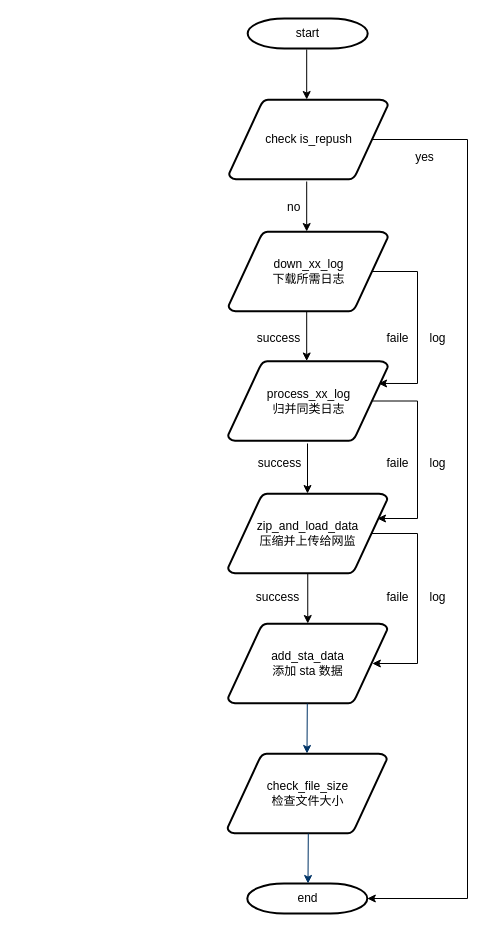
Earlier version of the draw.io diagram Untitled Diagram.drawio (ywq1113/VASP_script). Source tidied: cells renumbered, new cells numbered last; positions are measured from the earlier drawing's top-left corner, leaving out a move shared by most shapes. Both pictures are drawn from the tidied source at 100%, with x=0, y=0 at pixel (227, 18).
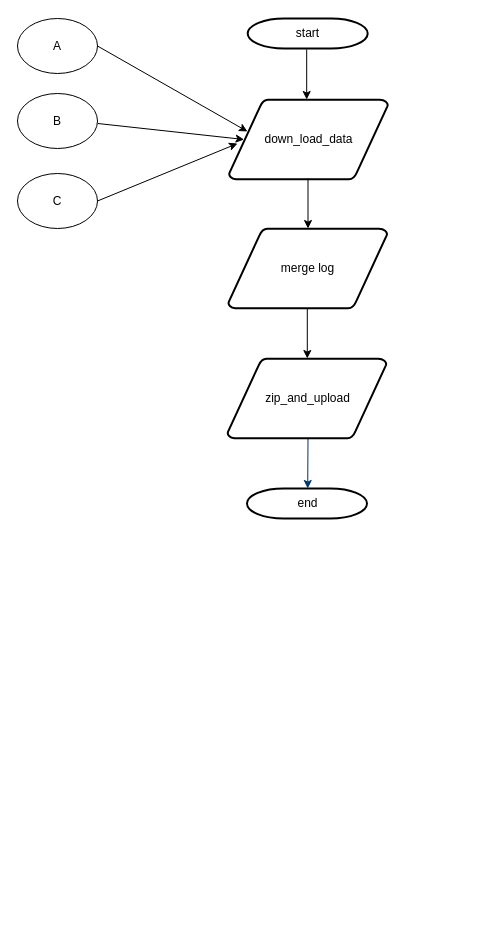
The same diagram, later.

The edit, as a diff of the source:
```diff
@@
-    <mxCell id="3" style="edgeStyle=orthogonalEdgeStyle;rounded=0;jettySize=auto;html=1;exitX=0.905;exitY=0.5;exitDx=0;exitDy=0;exitPerimeter=0;entryX=1;entryY=0.5;entryDx=0;entryDy=0;entryPerimeter=0;" parent="1" edge="1" source="4" target="9">
-      <mxGeometry relative="1" as="geometry">
-        <Array as="points">
-          <mxPoint x="240" y="121" />
-          <mxPoint x="240" y="880" />
-        </Array>
-      </mxGeometry>
-    </mxCell>
-    <mxCell id="4" value="check is_repush" style="shape=mxgraph.flowchart.data;strokeWidth=2;gradientColor=none;gradientDirection=north;fontStyle=0;html=1;" parent="1" vertex="1">
+    <mxCell id="4" value="down_load_data" style="shape=mxgraph.flowchart.data;strokeWidth=2;gradientColor=none;gradientDirection=north;fontStyle=0;html=1;" parent="1" vertex="1">
       <mxGeometry x="1.5" y="81" width="159" height="80" as="geometry" />
     </mxCell>
-    <mxCell id="5" style="edgeStyle=orthogonalEdgeStyle;rounded=0;jettySize=auto;html=1;exitX=0.905;exitY=0.5;exitDx=0;exitDy=0;exitPerimeter=0;entryX=0.941;entryY=0.281;entryDx=0;entryDy=0;entryPerimeter=0;" parent="1" edge="1" source="6" target="13">
-      <mxGeometry relative="1" as="geometry">
-        <Array as="points">
-          <mxPoint x="190" y="253" />
-          <mxPoint x="190" y="365" />
-        </Array>
-      </mxGeometry>
-    </mxCell>
-    <mxCell id="6" value="down_xx_log&lt;br&gt;下载所需日志" style="shape=mxgraph.flowchart.data;strokeWidth=2;gradientColor=none;gradientDirection=north;fontStyle=0;html=1;" parent="1" vertex="1">
-      <mxGeometry x="1" y="213" width="159.5" height="80" as="geometry" />
-    </mxCell>
-    <mxCell id="7" value="no" style="text;fontStyle=0;html=1;strokeColor=none;gradientColor=none;fillColor=none;strokeWidth=2;" parent="1" vertex="1">
-      <mxGeometry x="58" y="175" width="20" height="26" as="geometry" />
-    </mxCell>
-    <mxCell id="8" value="success" style="text;fontStyle=0;html=1;strokeColor=none;gradientColor=none;fillColor=none;strokeWidth=2;align=center;" parent="1" vertex="1">
-      <mxGeometry x="31" y="306" width="40" height="26" as="geometry" />
-    </mxCell>
     <mxCell id="9" value="end" style="shape=mxgraph.flowchart.terminator;strokeWidth=2;gradientColor=none;gradientDirection=north;fontStyle=0;html=1;" parent="1" vertex="1">
-      <mxGeometry x="19.8" y="865" width="120" height="30" as="geometry" />
+      <mxGeometry x="19.5" y="470" width="120" height="30" as="geometry" />
     </mxCell>
-    <mxCell id="10" value="yes" style="text;fontStyle=0;html=1;strokeColor=none;gradientColor=none;fillColor=none;strokeWidth=2;align=center;" parent="1" vertex="1">
-      <mxGeometry x="177" y="125" width="40" height="26" as="geometry" />
-    </mxCell>
-    <mxCell id="11" value="faile" style="text;fontStyle=0;html=1;strokeColor=none;gradientColor=none;fillColor=none;strokeWidth=2;align=center;" parent="1" vertex="1">
-      <mxGeometry x="150" y="306" width="40" height="26" as="geometry" />
-    </mxCell>
-    <mxCell id="12" value="log" style="text;fontStyle=0;html=1;strokeColor=none;gradientColor=none;fillColor=none;strokeWidth=2;align=center;" parent="1" vertex="1">
-      <mxGeometry x="190" y="306" width="40" height="26" as="geometry" />
-    </mxCell>
-    <mxCell id="13" value="process_xx_log&lt;br&gt;归并同类日志" style="shape=mxgraph.flowchart.data;strokeWidth=2;gradientColor=none;gradientDirection=north;fontStyle=0;html=1;" parent="1" vertex="1">
-      <mxGeometry x="0.5" y="342.5" width="160" height="80" as="geometry" />
-    </mxCell>
-    <mxCell id="14" style="edgeStyle=orthogonalEdgeStyle;rounded=0;jettySize=auto;html=1;" parent="1" edge="1" source="15" target="21">
-      <mxGeometry relative="1" as="geometry" />
-    </mxCell>
-    <mxCell id="15" value="zip_and_load_data&lt;br&gt;压缩并上传给网监" style="shape=mxgraph.flowchart.data;strokeWidth=2;gradientColor=none;gradientDirection=north;fontStyle=0;html=1;" parent="1" vertex="1">
-      <mxGeometry x="0.5" y="475" width="159.5" height="80" as="geometry" />
-    </mxCell>
-    <mxCell id="16" style="edgeStyle=orthogonalEdgeStyle;rounded=0;jettySize=auto;html=1;exitX=0.905;exitY=0.5;exitDx=0;exitDy=0;exitPerimeter=0;" parent="1" edge="1" source="13">
-      <mxGeometry relative="1" as="geometry">
-        <mxPoint x="150" y="500" as="targetPoint" />
-        <Array as="points">
-          <mxPoint x="190" y="383" />
-          <mxPoint x="190" y="500" />
-        </Array>
-      </mxGeometry>
-    </mxCell>
-    <mxCell id="17" value="success" style="text;fontStyle=0;html=1;strokeColor=none;gradientColor=none;fillColor=none;strokeWidth=2;align=center;" parent="1" vertex="1">
-      <mxGeometry x="32" y="431" width="40" height="26" as="geometry" />
-    </mxCell>
-    <mxCell id="18" value="faile" style="text;fontStyle=0;html=1;strokeColor=none;gradientColor=none;fillColor=none;strokeWidth=2;align=center;" parent="1" vertex="1">
-      <mxGeometry x="150" y="431" width="40" height="26" as="geometry" />
-    </mxCell>
-    <mxCell id="19" style="edgeStyle=orthogonalEdgeStyle;rounded=0;jettySize=auto;html=1;entryX=0.905;entryY=0.5;entryDx=0;entryDy=0;entryPerimeter=0;" parent="1" edge="1" target="21">
-      <mxGeometry relative="1" as="geometry">
-        <mxPoint x="144" y="515" as="sourcePoint" />
-        <Array as="points">
-          <mxPoint x="190" y="515" />
-          <mxPoint x="190" y="645" />
-        </Array>
-      </mxGeometry>
-    </mxCell>
-    <mxCell id="20" value="faile" style="text;fontStyle=0;html=1;strokeColor=none;gradientColor=none;fillColor=none;strokeWidth=2;align=center;" parent="1" vertex="1">
-      <mxGeometry x="150" y="565" width="40" height="26" as="geometry" />
-    </mxCell>
-    <mxCell id="21" value="add_sta_data&lt;br&gt;添加 sta 数据" style="shape=mxgraph.flowchart.data;strokeWidth=2;gradientColor=none;gradientDirection=north;fontStyle=0;html=1;" parent="1" vertex="1">
-      <mxGeometry x="0.5" y="605" width="159.5" height="80" as="geometry" />
-    </mxCell>
-    <mxCell id="22" value="success" style="text;fontStyle=0;html=1;strokeColor=none;gradientColor=none;fillColor=none;strokeWidth=2;align=center;" parent="1" vertex="1">
-      <mxGeometry x="30" y="565" width="40" height="26" as="geometry" />
-    </mxCell>
-    <mxCell id="23" value="log" style="text;fontStyle=0;html=1;strokeColor=none;gradientColor=none;fillColor=none;strokeWidth=2;align=center;" parent="1" vertex="1">
-      <mxGeometry x="190" y="565" width="40" height="26" as="geometry" />
-    </mxCell>
-    <mxCell id="24" value="log" style="text;fontStyle=0;html=1;strokeColor=none;gradientColor=none;fillColor=none;strokeWidth=2;align=center;" parent="1" vertex="1">
-      <mxGeometry x="190" y="431" width="40" height="26" as="geometry" />
-    </mxCell>
-    <mxCell id="25" style="edgeStyle=elbowEdgeStyle;elbow=vertical;fontStyle=1;strokeColor=#003366;strokeWidth=1;html=1;" parent="1" edge="1">
-      <mxGeometry x="-0.5" y="-1065" as="geometry">
-        <mxPoint x="79.8" y="685" as="sourcePoint" />
-        <mxPoint x="79.5" y="735" as="targetPoint" />
-        <Array as="points">
-          <mxPoint x="80" y="685" />
-        </Array>
-      </mxGeometry>
-    </mxCell>
-    <mxCell id="26" value="check_file_size&lt;br&gt;检查文件大小" style="shape=mxgraph.flowchart.data;strokeWidth=2;gradientColor=none;gradientDirection=north;fontStyle=0;html=1;" parent="1" vertex="1">
-      <mxGeometry y="735" width="159.5" height="80" as="geometry" />
-    </mxCell>
-    <mxCell id="27" style="edgeStyle=orthogonalEdgeStyle;rounded=0;orthogonalLoop=1;jettySize=auto;html=1;" parent="1" edge="1">
-      <mxGeometry relative="1" as="geometry">
-        <mxPoint x="80" y="425" as="sourcePoint" />
-        <mxPoint x="80" y="475" as="targetPoint" />
-      </mxGeometry>
-    </mxCell>
-    <mxCell id="28" style="edgeStyle=orthogonalEdgeStyle;rounded=0;orthogonalLoop=1;jettySize=auto;html=1;" parent="1" edge="1">
-      <mxGeometry relative="1" as="geometry">
-        <mxPoint x="79.2" y="292.5" as="sourcePoint" />
-        <mxPoint x="79.2" y="342.5" as="targetPoint" />
-      </mxGeometry>
-    </mxCell>
-    <mxCell id="29" style="edgeStyle=orthogonalEdgeStyle;rounded=0;orthogonalLoop=1;jettySize=auto;html=1;" parent="1" edge="1">
-      <mxGeometry relative="1" as="geometry">
-        <mxPoint x="79.2" y="163" as="sourcePoint" />
-        <mxPoint x="79.2" y="213" as="targetPoint" />
-      </mxGeometry>
-    </mxCell>
-    <mxCell id="30" style="edgeStyle=orthogonalEdgeStyle;rounded=0;orthogonalLoop=1;jettySize=auto;html=1;exitX=0.5;exitY=1;exitDx=0;exitDy=0;" parent="1" edge="1" source="10" target="10">
-      <mxGeometry relative="1" as="geometry" />
-    </mxCell>
@@
     <mxCell id="32" style="edgeStyle=elbowEdgeStyle;elbow=vertical;fontStyle=1;strokeColor=#003366;strokeWidth=1;html=1;" parent="1" edge="1">
-      <mxGeometry x="0.5" y="-935" as="geometry">
-        <mxPoint x="80.8" y="815" as="sourcePoint" />
-        <mxPoint x="80.5" y="865" as="targetPoint" />
+      <mxGeometry x="0.2" y="-1330" as="geometry">
+        <mxPoint x="80.5" y="420" as="sourcePoint" />
+        <mxPoint x="80.2" y="470" as="targetPoint" />
         <Array as="points">
-          <mxPoint x="81" y="815" />
+          <mxPoint x="80.8" y="420" />
         </Array>
       </mxGeometry>
     </mxCell>
+    <mxCell id="33" value="A" style="ellipse;whiteSpace=wrap;html=1;" parent="1" vertex="1">
+      <mxGeometry x="-210" width="80" height="55" as="geometry" />
+    </mxCell>
+    <mxCell id="34" value="B" style="ellipse;whiteSpace=wrap;html=1;" parent="1" vertex="1">
+      <mxGeometry x="-210" y="75" width="80" height="55" as="geometry" />
+    </mxCell>
+    <mxCell id="35" value="C" style="ellipse;whiteSpace=wrap;html=1;" parent="1" vertex="1">
+      <mxGeometry x="-210" y="155" width="80" height="55" as="geometry" />
+    </mxCell>
+    <mxCell id="36" style="endArrow=classic;html=1;exitX=1;exitY=0.5;exitDx=0;exitDy=0;entryX=0.116;entryY=0.4;entryDx=0;entryDy=0;entryPerimeter=0;" parent="1" edge="1" source="33" target="4">
+      <mxGeometry relative="1" as="geometry" />
+    </mxCell>
+    <mxCell id="37" style="endArrow=classic;html=1;exitX=1;exitY=0.5;exitDx=0;exitDy=0;entryX=0.095;entryY=0.5;entryDx=0;entryDy=0;entryPerimeter=0;" parent="1" edge="1" target="4">
+      <mxGeometry relative="1" as="geometry">
+        <mxPoint x="-129.7" y="105" as="sourcePoint" />
+      </mxGeometry>
+    </mxCell>
+    <mxCell id="38" style="endArrow=classic;html=1;exitX=1;exitY=0.5;exitDx=0;exitDy=0;" parent="1" edge="1" source="35">
+      <mxGeometry relative="1" as="geometry">
+        <mxPoint x="10" y="125" as="targetPoint" />
+      </mxGeometry>
+    </mxCell>
+    <mxCell id="39" value="merge log" style="shape=mxgraph.flowchart.data;strokeWidth=2;gradientColor=none;gradientDirection=north;fontStyle=0;html=1;" parent="1" vertex="1">
+      <mxGeometry x="0.8" y="210" width="159" height="80" as="geometry" />
+    </mxCell>
+    <mxCell id="40" style="edgeStyle=orthogonalEdgeStyle;rounded=0;orthogonalLoop=1;jettySize=auto;html=1;" parent="1" edge="1">
+      <mxGeometry relative="1" as="geometry">
+        <mxPoint x="80.5" y="160" as="sourcePoint" />
+        <mxPoint x="80.5" y="210" as="targetPoint" />
+      </mxGeometry>
+    </mxCell>
+    <mxCell id="41" value="zip_and_upload" style="shape=mxgraph.flowchart.data;strokeWidth=2;gradientColor=none;gradientDirection=north;fontStyle=0;html=1;" parent="1" vertex="1">
+      <mxGeometry y="340" width="159" height="80" as="geometry" />
+    </mxCell>
+    <mxCell id="42" style="edgeStyle=orthogonalEdgeStyle;rounded=0;orthogonalLoop=1;jettySize=auto;html=1;" parent="1" edge="1">
+      <mxGeometry relative="1" as="geometry">
+        <mxPoint x="79.8" y="290" as="sourcePoint" />
+        <mxPoint x="79.8" y="340" as="targetPoint" />
+      </mxGeometry>
+    </mxCell>
```
